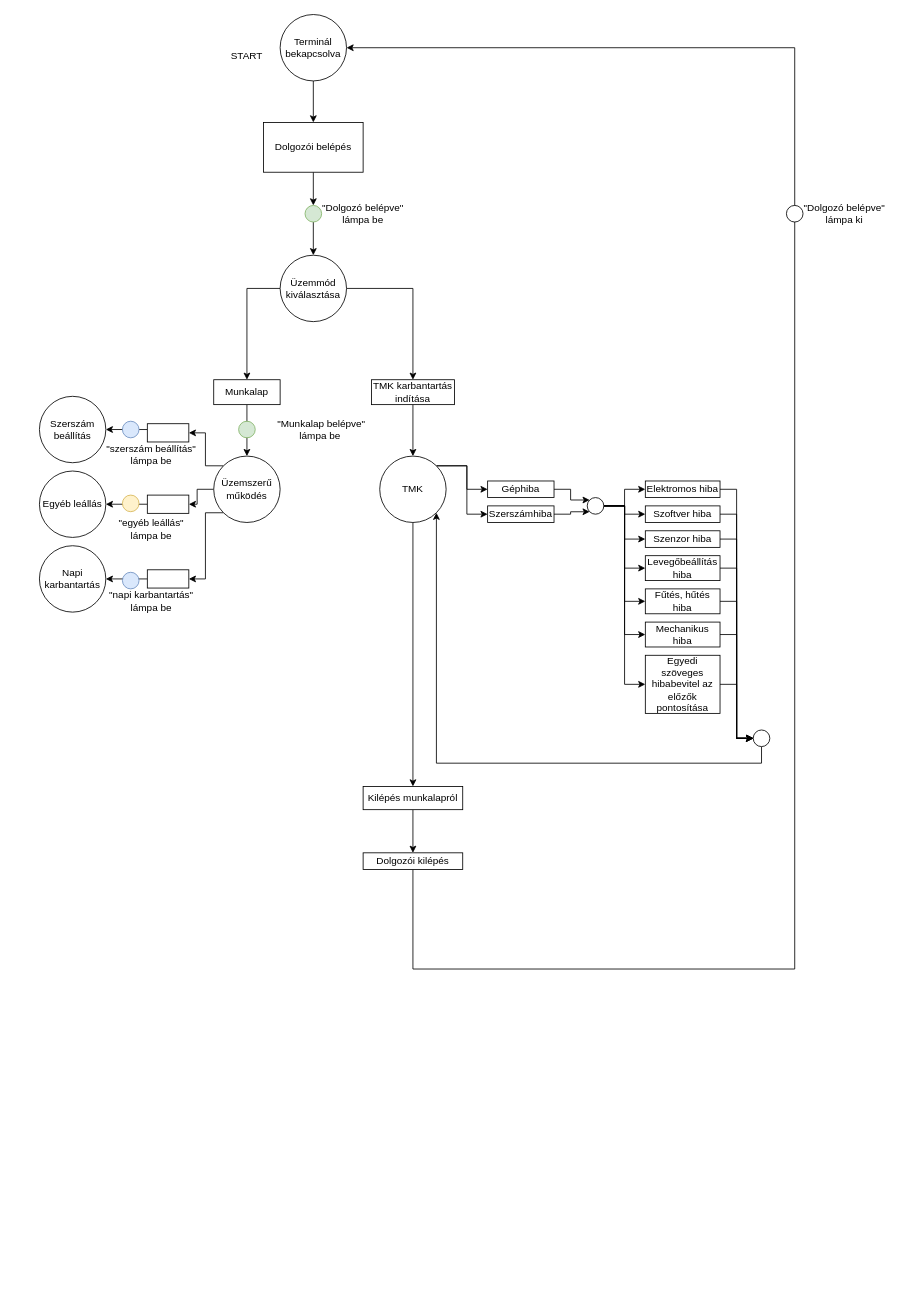
Above: mesterminal_flowchart.drawio in KerteszZoltan/mesterminal (draw.io), before the change. Source tidied: cells renumbered, new cells numbered last; positions are measured from the earlier drawing's top-left corner, leaving out a move shared by most shapes. Both pictures are drawn from the tidied source at 83%, with x=0, y=0 at pixel (39, 14).
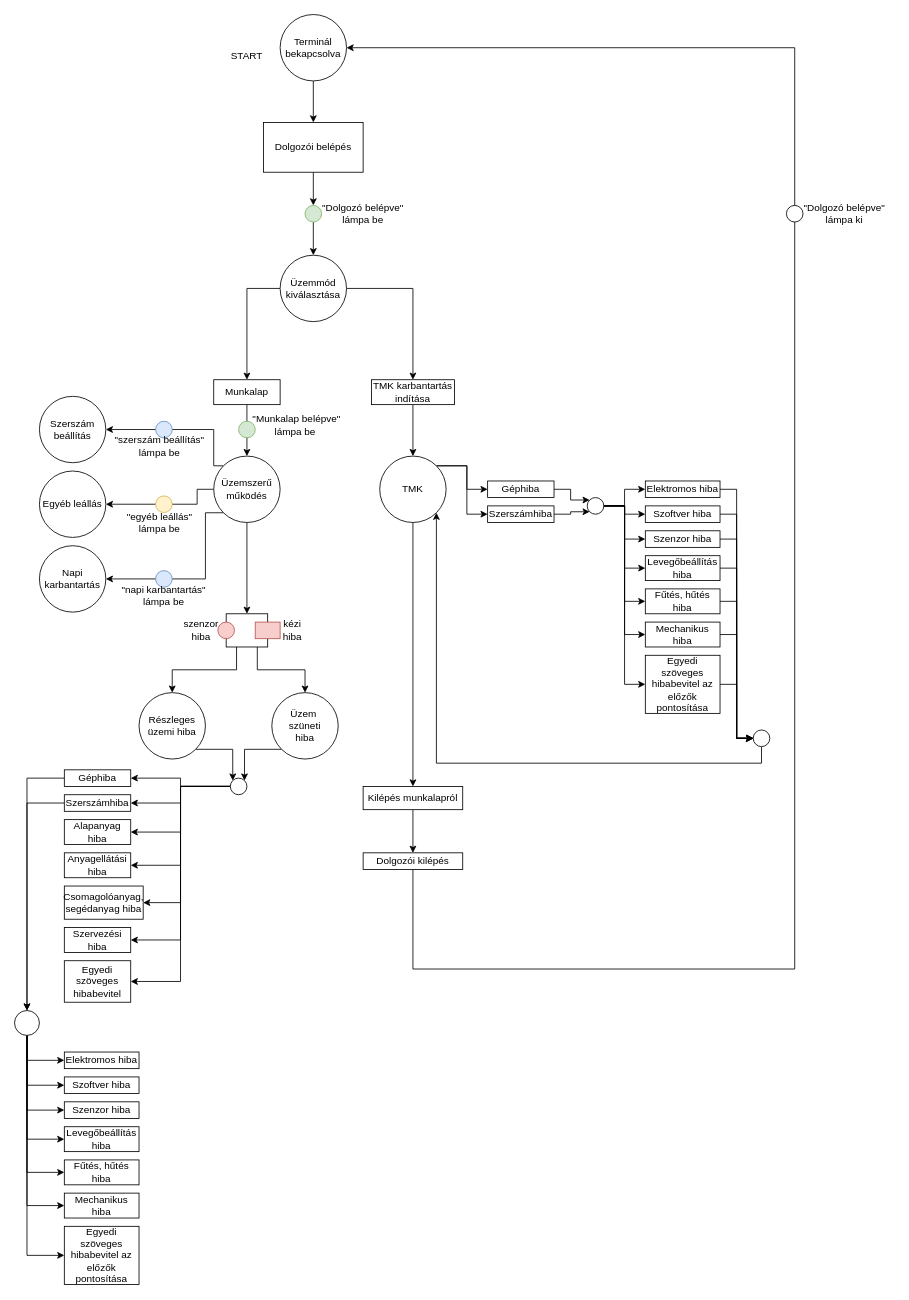
Above is the later version.

Commit message:
error process update

Unchanged cells that the change refers to:
```xml
<mxCell id="59" value="Üzemszerű működés" style="ellipse;whiteSpace=wrap;html=1;" parent="1" vertex="1">
  <mxGeometry x="210" y="532" width="80" height="80" as="geometry" />
</mxCell>
<mxCell id="61" value="Szerszám beállítás" style="ellipse;whiteSpace=wrap;html=1;" parent="1" vertex="1">
  <mxGeometry y="460" width="80" height="80" as="geometry" />
</mxCell>
<mxCell id="62" value="Egyéb leállás" style="ellipse;whiteSpace=wrap;html=1;" parent="1" vertex="1">
  <mxGeometry y="550" width="80" height="80" as="geometry" />
</mxCell>
<mxCell id="63" value="Napi karbantartás" style="ellipse;whiteSpace=wrap;html=1;" parent="1" vertex="1">
  <mxGeometry y="640" width="80" height="80" as="geometry" />
</mxCell>
```

The edit, as a diff of the source:
```diff
@@
-    <mxCell id="56" style="edgeStyle=orthogonalEdgeStyle;rounded=0;jettySize=auto;html=1;exitX=0;exitY=0;exitDx=0;exitDy=0;entryX=1;entryY=0.5;entryDx=0;entryDy=0;" parent="1" edge="1" source="59" target="65">
-      <mxGeometry relative="1" as="geometry">
-        <Array as="points">
-          <mxPoint x="200" y="544" />
-          <mxPoint x="200" y="504" />
-        </Array>
-      </mxGeometry>
-    </mxCell>
-    <mxCell id="57" style="edgeStyle=orthogonalEdgeStyle;rounded=0;jettySize=auto;html=1;exitX=0;exitY=0.5;exitDx=0;exitDy=0;entryX=1;entryY=0.5;entryDx=0;entryDy=0;" parent="1" edge="1" source="59" target="67">
-      <mxGeometry relative="1" as="geometry">
-        <Array as="points">
-          <mxPoint x="190" y="572" />
-          <mxPoint x="190" y="590" />
-        </Array>
-      </mxGeometry>
-    </mxCell>
-    <mxCell id="58" style="edgeStyle=orthogonalEdgeStyle;rounded=0;jettySize=auto;html=1;exitX=0;exitY=1;exitDx=0;exitDy=0;entryX=1;entryY=0.5;entryDx=0;entryDy=0;" parent="1" edge="1" source="59" target="69">
-      <mxGeometry relative="1" as="geometry">
-        <Array as="points">
-          <mxPoint x="200" y="600" />
-          <mxPoint x="200" y="680" />
-        </Array>
-      </mxGeometry>
-    </mxCell>
+    <mxCell id="76" style="edgeStyle=orthogonalEdgeStyle;rounded=0;jettySize=auto;html=1;exitX=0;exitY=0;exitDx=0;exitDy=0;entryX=1;entryY=0.5;entryDx=0;entryDy=0;" parent="1" edge="1" source="59" target="61">
+      <mxGeometry relative="1" as="geometry">
+        <Array as="points">
+          <mxPoint x="210" y="544" />
+          <mxPoint x="210" y="500" />
+        </Array>
+      </mxGeometry>
+    </mxCell>
+    <mxCell id="77" style="edgeStyle=orthogonalEdgeStyle;rounded=0;jettySize=auto;html=1;exitX=0;exitY=0.5;exitDx=0;exitDy=0;entryX=1;entryY=0.5;entryDx=0;entryDy=0;" parent="1" edge="1" source="59" target="62">
+      <mxGeometry relative="1" as="geometry">
+        <Array as="points">
+          <mxPoint x="190" y="572" />
+          <mxPoint x="190" y="590" />
+        </Array>
+      </mxGeometry>
+    </mxCell>
+    <mxCell id="78" style="edgeStyle=orthogonalEdgeStyle;rounded=0;jettySize=auto;html=1;exitX=0;exitY=1;exitDx=0;exitDy=0;entryX=1;entryY=0.5;entryDx=0;entryDy=0;" parent="1" edge="1" source="59" target="63">
+      <mxGeometry relative="1" as="geometry">
+        <Array as="points">
+          <mxPoint x="200" y="600" />
+          <mxPoint x="200" y="680" />
+        </Array>
+      </mxGeometry>
+    </mxCell>
+    <mxCell id="79" style="edgeStyle=orthogonalEdgeStyle;rounded=0;jettySize=auto;html=1;exitX=0.5;exitY=1;exitDx=0;exitDy=0;entryX=0.5;entryY=0;entryDx=0;entryDy=0;" parent="1" edge="1" source="59" target="82">
+      <mxGeometry relative="1" as="geometry" />
+    </mxCell>
@@
     <mxCell id="60" value="&quot;Munkalap belépve&quot; lámpa be&amp;nbsp;" style="text;html=1;strokeColor=none;fillColor=none;align=center;verticalAlign=middle;whiteSpace=wrap;rounded=0;" parent="1" vertex="1">
-      <mxGeometry x="280" y="485" width="120" height="30" as="geometry" />
+      <mxGeometry x="250" y="480" width="120" height="30" as="geometry" />
     </mxCell>
@@
-    <mxCell id="64" style="edgeStyle=orthogonalEdgeStyle;rounded=0;jettySize=auto;html=1;" parent="1" edge="1" source="65" target="61">
-      <mxGeometry relative="1" as="geometry">
-        <Array as="points">
-          <mxPoint x="120" y="500" />
-          <mxPoint x="120" y="500" />
-        </Array>
-      </mxGeometry>
-    </mxCell>
-    <mxCell id="65" style="rounded=0;whiteSpace=wrap;html=1;" parent="1" vertex="1">
-      <mxGeometry x="130" y="493" width="50" height="22" as="geometry" />
-    </mxCell>
-    <mxCell id="66" style="edgeStyle=orthogonalEdgeStyle;rounded=0;jettySize=auto;html=1;" parent="1" edge="1" source="67" target="62">
-      <mxGeometry relative="1" as="geometry" />
-    </mxCell>
-    <mxCell id="67" style="rounded=0;whiteSpace=wrap;html=1;" parent="1" vertex="1">
-      <mxGeometry x="130" y="579" width="50" height="22" as="geometry" />
-    </mxCell>
-    <mxCell id="68" style="edgeStyle=orthogonalEdgeStyle;rounded=0;jettySize=auto;html=1;" parent="1" edge="1" source="69" target="63">
-      <mxGeometry relative="1" as="geometry" />
-    </mxCell>
-    <mxCell id="69" style="rounded=0;whiteSpace=wrap;html=1;" parent="1" vertex="1">
-      <mxGeometry x="130" y="669" width="50" height="22" as="geometry" />
-    </mxCell>
     <mxCell id="70" style="ellipse;whiteSpace=wrap;html=1;fillColor=#dae8fc;strokeColor=#6c8ebf;" parent="1" vertex="1">
-      <mxGeometry x="100" y="490" width="20" height="20" as="geometry" />
+      <mxGeometry x="140" y="490" width="20" height="20" as="geometry" />
     </mxCell>
     <mxCell id="71" style="ellipse;whiteSpace=wrap;html=1;fillColor=#fff2cc;strokeColor=#d6b656;" parent="1" vertex="1">
-      <mxGeometry x="100" y="579" width="20" height="20" as="geometry" />
+      <mxGeometry x="140" y="580" width="20" height="20" as="geometry" />
     </mxCell>
     <mxCell id="72" style="ellipse;whiteSpace=wrap;html=1;fillColor=#dae8fc;strokeColor=#6c8ebf;" parent="1" vertex="1">
-      <mxGeometry x="100" y="672" width="20" height="20" as="geometry" />
+      <mxGeometry x="140" y="670" width="20" height="20" as="geometry" />
     </mxCell>
     <mxCell id="73" value="&quot;napi karbantartás&quot; lámpa be" style="text;html=1;strokeColor=none;fillColor=none;align=center;verticalAlign=middle;whiteSpace=wrap;rounded=0;" parent="1" vertex="1">
-      <mxGeometry x="70" y="697" width="130" height="20" as="geometry" />
+      <mxGeometry x="85" y="690" width="130" height="20" as="geometry" />
     </mxCell>
     <mxCell id="74" value="&quot;egyéb leállás&quot; lámpa be" style="text;html=1;strokeColor=none;fillColor=none;align=center;verticalAlign=middle;whiteSpace=wrap;rounded=0;" parent="1" vertex="1">
-      <mxGeometry x="80" y="610" width="110" height="20" as="geometry" />
+      <mxGeometry x="90" y="602" width="110" height="20" as="geometry" />
     </mxCell>
     <mxCell id="75" value="&quot;szerszám beállítás&quot; lámpa be" style="text;html=1;strokeColor=none;fillColor=none;align=center;verticalAlign=middle;whiteSpace=wrap;rounded=0;" parent="1" vertex="1">
-      <mxGeometry x="70" y="520" width="130" height="20" as="geometry" />
+      <mxGeometry x="80" y="510" width="130" height="20" as="geometry" />
     </mxCell>
+    <mxCell id="80" style="edgeStyle=orthogonalEdgeStyle;rounded=0;jettySize=auto;html=1;exitX=0.25;exitY=1;exitDx=0;exitDy=0;entryX=0.5;entryY=0;entryDx=0;entryDy=0;" parent="1" edge="1" source="82" target="88">
+      <mxGeometry relative="1" as="geometry" />
+    </mxCell>
+    <mxCell id="81" style="edgeStyle=orthogonalEdgeStyle;rounded=0;jettySize=auto;html=1;exitX=0.75;exitY=1;exitDx=0;exitDy=0;entryX=0.5;entryY=0;entryDx=0;entryDy=0;" parent="1" edge="1" source="82" target="90">
+      <mxGeometry relative="1" as="geometry" />
+    </mxCell>
+    <mxCell id="82" style="rounded=0;whiteSpace=wrap;html=1;" parent="1" vertex="1">
+      <mxGeometry x="225" y="722" width="50" height="40" as="geometry" />
+    </mxCell>
+    <mxCell id="83" style="rounded=0;whiteSpace=wrap;html=1;fillColor=#f8cecc;strokeColor=#b85450;" parent="1" vertex="1">
+      <mxGeometry x="260" y="732" width="30" height="20" as="geometry" />
+    </mxCell>
+    <mxCell id="84" style="ellipse;whiteSpace=wrap;html=1;fillColor=#f8cecc;strokeColor=#b85450;" parent="1" vertex="1">
+      <mxGeometry x="215" y="732" width="20" height="20" as="geometry" />
+    </mxCell>
+    <mxCell id="85" value="szenzor hiba" style="text;html=1;strokeColor=none;fillColor=none;align=center;verticalAlign=middle;whiteSpace=wrap;rounded=0;" parent="1" vertex="1">
+      <mxGeometry x="175" y="732" width="40" height="20" as="geometry" />
+    </mxCell>
+    <mxCell id="86" value="kézi hiba" style="text;html=1;strokeColor=none;fillColor=none;align=center;verticalAlign=middle;whiteSpace=wrap;rounded=0;" parent="1" vertex="1">
+      <mxGeometry x="290" y="732" width="30" height="20" as="geometry" />
+    </mxCell>
+    <mxCell id="87" style="edgeStyle=orthogonalEdgeStyle;rounded=0;jettySize=auto;html=1;exitX=1;exitY=1;exitDx=0;exitDy=0;entryX=0;entryY=0;entryDx=0;entryDy=0;" parent="1" edge="1" source="88" target="98">
+      <mxGeometry relative="1" as="geometry" />
+    </mxCell>
+    <mxCell id="88" value="Részleges üzemi&amp;nbsp;hiba" style="ellipse;whiteSpace=wrap;html=1;" parent="1" vertex="1">
+      <mxGeometry x="120" y="817" width="80" height="80" as="geometry" />
+    </mxCell>
+    <mxCell id="89" style="edgeStyle=orthogonalEdgeStyle;rounded=0;jettySize=auto;html=1;exitX=0;exitY=1;exitDx=0;exitDy=0;entryX=1;entryY=0;entryDx=0;entryDy=0;" parent="1" edge="1" source="90" target="98">
+      <mxGeometry relative="1" as="geometry" />
+    </mxCell>
+    <mxCell id="90" value="Üzem&amp;nbsp;&lt;br&gt;szüneti&lt;br&gt;hiba" style="ellipse;whiteSpace=wrap;html=1;" parent="1" vertex="1">
+      <mxGeometry x="280" y="817" width="80" height="80" as="geometry" />
+    </mxCell>
+    <mxCell id="91" style="edgeStyle=orthogonalEdgeStyle;rounded=0;jettySize=auto;html=1;exitX=0;exitY=0.5;exitDx=0;exitDy=0;entryX=1;entryY=0.5;entryDx=0;entryDy=0;" parent="1" edge="1" source="98" target="100">
+      <mxGeometry relative="1" as="geometry" />
+    </mxCell>
+    <mxCell id="92" style="edgeStyle=orthogonalEdgeStyle;rounded=0;jettySize=auto;html=1;exitX=0;exitY=0.5;exitDx=0;exitDy=0;entryX=1;entryY=0.5;entryDx=0;entryDy=0;" parent="1" edge="1" source="98" target="102">
+      <mxGeometry relative="1" as="geometry" />
+    </mxCell>
+    <mxCell id="93" style="edgeStyle=orthogonalEdgeStyle;rounded=0;jettySize=auto;html=1;exitX=0;exitY=0.5;exitDx=0;exitDy=0;entryX=1;entryY=0.5;entryDx=0;entryDy=0;" parent="1" edge="1" source="98" target="110">
+      <mxGeometry relative="1" as="geometry" />
+    </mxCell>
+    <mxCell id="94" style="edgeStyle=orthogonalEdgeStyle;rounded=0;jettySize=auto;html=1;exitX=0;exitY=0.5;exitDx=0;exitDy=0;entryX=1;entryY=0.5;entryDx=0;entryDy=0;" parent="1" edge="1" source="98" target="111">
+      <mxGeometry relative="1" as="geometry" />
+    </mxCell>
+    <mxCell id="95" style="edgeStyle=orthogonalEdgeStyle;rounded=0;jettySize=auto;html=1;exitX=0;exitY=0.5;exitDx=0;exitDy=0;entryX=1;entryY=0.5;entryDx=0;entryDy=0;" parent="1" edge="1" source="98" target="112">
+      <mxGeometry relative="1" as="geometry">
+        <Array as="points">
+          <mxPoint x="170" y="930" />
+          <mxPoint x="170" y="1070" />
+        </Array>
+      </mxGeometry>
+    </mxCell>
+    <mxCell id="96" style="edgeStyle=orthogonalEdgeStyle;rounded=0;jettySize=auto;html=1;exitX=0;exitY=0.5;exitDx=0;exitDy=0;entryX=1;entryY=0.5;entryDx=0;entryDy=0;" parent="1" edge="1" source="98" target="113">
+      <mxGeometry relative="1" as="geometry" />
+    </mxCell>
+    <mxCell id="97" style="edgeStyle=orthogonalEdgeStyle;rounded=0;jettySize=auto;html=1;exitX=0;exitY=0.5;exitDx=0;exitDy=0;entryX=1;entryY=0.5;entryDx=0;entryDy=0;" parent="1" edge="1" source="98" target="114">
+      <mxGeometry relative="1" as="geometry" />
+    </mxCell>
+    <mxCell id="98" style="ellipse;whiteSpace=wrap;html=1;" parent="1" vertex="1">
+      <mxGeometry x="230" y="920" width="20" height="20" as="geometry" />
+    </mxCell>
+    <mxCell id="99" style="edgeStyle=orthogonalEdgeStyle;rounded=0;jettySize=auto;html=1;exitX=0;exitY=0.5;exitDx=0;exitDy=0;entryX=0.5;entryY=0;entryDx=0;entryDy=0;" parent="1" edge="1" source="100" target="122">
+      <mxGeometry relative="1" as="geometry" />
+    </mxCell>
+    <mxCell id="100" value="Géphiba" style="rounded=0;whiteSpace=wrap;html=1;" parent="1" vertex="1">
+      <mxGeometry x="30" y="910" width="80" height="20" as="geometry" />
+    </mxCell>
+    <mxCell id="101" style="edgeStyle=orthogonalEdgeStyle;rounded=0;jettySize=auto;html=1;exitX=0;exitY=0.5;exitDx=0;exitDy=0;entryX=0.5;entryY=0;entryDx=0;entryDy=0;" parent="1" edge="1" source="102" target="122">
+      <mxGeometry relative="1" as="geometry" />
+    </mxCell>
+    <mxCell id="102" value="Szerszámhiba" style="rounded=0;whiteSpace=wrap;html=1;" parent="1" vertex="1">
+      <mxGeometry x="30" y="940" width="80" height="20" as="geometry" />
+    </mxCell>
+    <mxCell id="103" value="Elektromos hiba" style="rounded=0;whiteSpace=wrap;html=1;" parent="1" vertex="1">
+      <mxGeometry x="30" y="1250" width="90" height="20" as="geometry" />
+    </mxCell>
+    <mxCell id="104" value="Levegőbeállítás&lt;br&gt;hiba" style="rounded=0;whiteSpace=wrap;html=1;" parent="1" vertex="1">
+      <mxGeometry x="30" y="1340" width="90" height="30" as="geometry" />
+    </mxCell>
+    <mxCell id="105" value="Szoftver hiba" style="rounded=0;whiteSpace=wrap;html=1;" parent="1" vertex="1">
+      <mxGeometry x="30" y="1280" width="90" height="20" as="geometry" />
+    </mxCell>
+    <mxCell id="106" value="Szenzor hiba" style="rounded=0;whiteSpace=wrap;html=1;" parent="1" vertex="1">
+      <mxGeometry x="30" y="1310" width="90" height="20" as="geometry" />
+    </mxCell>
+    <mxCell id="107" value="Fűtés, hűtés&lt;br&gt;hiba" style="rounded=0;whiteSpace=wrap;html=1;" parent="1" vertex="1">
+      <mxGeometry x="30" y="1380" width="90" height="30" as="geometry" />
+    </mxCell>
+    <mxCell id="108" value="Mechanikus hiba" style="rounded=0;whiteSpace=wrap;html=1;" parent="1" vertex="1">
+      <mxGeometry x="30" y="1420" width="90" height="30" as="geometry" />
+    </mxCell>
+    <mxCell id="109" value="Egyedi szöveges hibabevitel az előzők pontosítása" style="rounded=0;whiteSpace=wrap;html=1;" parent="1" vertex="1">
+      <mxGeometry x="30" y="1460" width="90" height="70" as="geometry" />
+    </mxCell>
+    <mxCell id="110" value="Alapanyag hiba" style="rounded=0;whiteSpace=wrap;html=1;" parent="1" vertex="1">
+      <mxGeometry x="30" y="970" width="80" height="30" as="geometry" />
+    </mxCell>
+    <mxCell id="111" value="Anyagellátási hiba" style="rounded=0;whiteSpace=wrap;html=1;" parent="1" vertex="1">
+      <mxGeometry x="30" y="1010" width="80" height="30" as="geometry" />
+    </mxCell>
+    <mxCell id="112" value="Csomagolóanyag, segédanyag hiba" style="rounded=0;whiteSpace=wrap;html=1;" parent="1" vertex="1">
+      <mxGeometry x="30" y="1050" width="95" height="40" as="geometry" />
+    </mxCell>
+    <mxCell id="113" value="Szervezési hiba" style="rounded=0;whiteSpace=wrap;html=1;" parent="1" vertex="1">
+      <mxGeometry x="30" y="1100" width="80" height="30" as="geometry" />
+    </mxCell>
+    <mxCell id="114" value="Egyedi szöveges hibabevitel" style="rounded=0;whiteSpace=wrap;html=1;" parent="1" vertex="1">
+      <mxGeometry x="30" y="1140" width="80" height="50" as="geometry" />
+    </mxCell>
+    <mxCell id="115" style="edgeStyle=orthogonalEdgeStyle;rounded=0;jettySize=auto;html=1;exitX=0.5;exitY=1;exitDx=0;exitDy=0;entryX=0;entryY=0.5;entryDx=0;entryDy=0;" parent="1" edge="1" source="122" target="103">
+      <mxGeometry relative="1" as="geometry" />
+    </mxCell>
+    <mxCell id="116" style="edgeStyle=orthogonalEdgeStyle;rounded=0;jettySize=auto;html=1;exitX=0.5;exitY=1;exitDx=0;exitDy=0;entryX=0;entryY=0.5;entryDx=0;entryDy=0;" parent="1" edge="1" source="122" target="105">
+      <mxGeometry relative="1" as="geometry" />
+    </mxCell>
+    <mxCell id="117" style="edgeStyle=orthogonalEdgeStyle;rounded=0;jettySize=auto;html=1;exitX=0.5;exitY=1;exitDx=0;exitDy=0;entryX=0;entryY=0.5;entryDx=0;entryDy=0;" parent="1" edge="1" source="122" target="106">
+      <mxGeometry relative="1" as="geometry" />
+    </mxCell>
+    <mxCell id="118" style="edgeStyle=orthogonalEdgeStyle;rounded=0;jettySize=auto;html=1;exitX=0.5;exitY=1;exitDx=0;exitDy=0;entryX=0;entryY=0.5;entryDx=0;entryDy=0;" parent="1" edge="1" source="122" target="104">
+      <mxGeometry relative="1" as="geometry" />
+    </mxCell>
+    <mxCell id="119" style="edgeStyle=orthogonalEdgeStyle;rounded=0;jettySize=auto;html=1;exitX=0.5;exitY=1;exitDx=0;exitDy=0;entryX=0;entryY=0.5;entryDx=0;entryDy=0;" parent="1" edge="1" source="122" target="107">
+      <mxGeometry relative="1" as="geometry" />
+    </mxCell>
+    <mxCell id="120" style="edgeStyle=orthogonalEdgeStyle;rounded=0;jettySize=auto;html=1;exitX=0.5;exitY=1;exitDx=0;exitDy=0;entryX=0;entryY=0.5;entryDx=0;entryDy=0;" parent="1" edge="1" source="122" target="108">
+      <mxGeometry relative="1" as="geometry" />
+    </mxCell>
+    <mxCell id="121" style="edgeStyle=orthogonalEdgeStyle;rounded=0;jettySize=auto;html=1;exitX=0.5;exitY=1;exitDx=0;exitDy=0;entryX=0;entryY=0.5;entryDx=0;entryDy=0;" parent="1" edge="1" source="122" target="109">
+      <mxGeometry relative="1" as="geometry" />
+    </mxCell>
+    <mxCell id="122" style="ellipse;whiteSpace=wrap;html=1;" parent="1" vertex="1">
+      <mxGeometry x="-30" y="1200" width="30" height="30" as="geometry" />
+    </mxCell>
```
